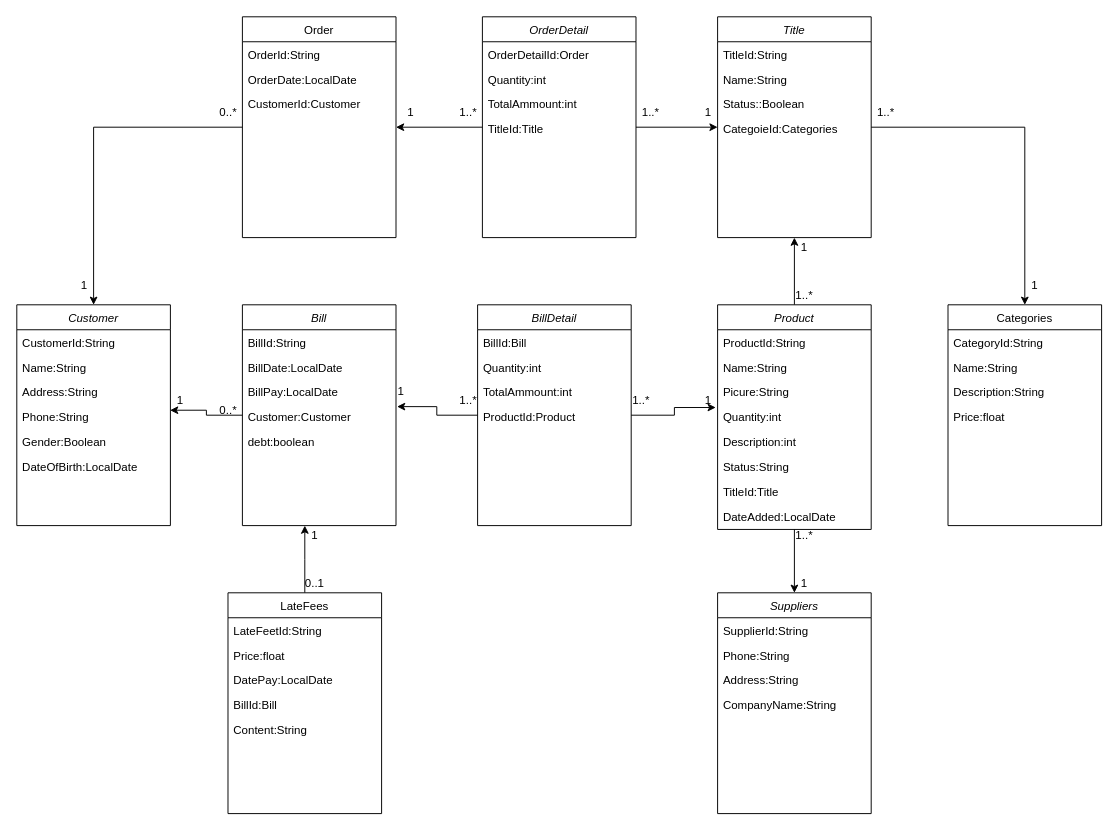
The draw.io diagram database.drawio in quannguyen1999/manage-disks, before the edit. Source tidied: cells renumbered, new cells numbered last; positions are measured from the earlier drawing's top-left corner, leaving out a move shared by most shapes. Both pictures are drawn from the tidied source at 96%, with x=0, y=0 at pixel (16, 16).
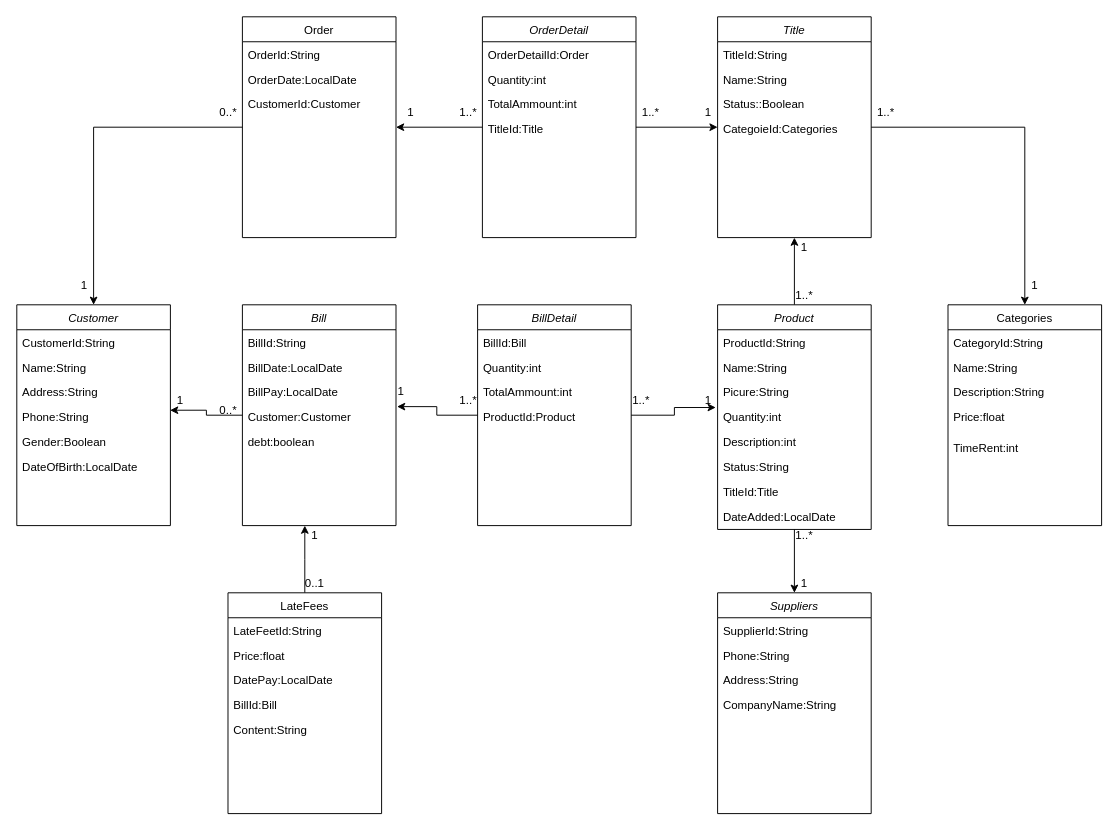
The same diagram, later.

The change refers to these unchanged cells:
```xml
<mxCell id="13" value="Categories" style="swimlane;fontStyle=0;align=center;verticalAlign=top;horizontal=1;startSize=26;rounded=0;shadow=0;strokeWidth=1;" parent="1" vertex="1">
  <mxGeometry x="970" y="300" width="160" height="230" as="geometry" />
</mxCell>
```

The edit, as a diff of the source:
```diff
@@
+    <mxCell id="89" value="TimeRent:int" style="text;align=left;verticalAlign=top;spacingLeft=4;spacingRight=4;overflow=hidden;" parent="13" vertex="1">
+      <mxGeometry y="136" width="160" height="32" as="geometry" />
+    </mxCell>
```
